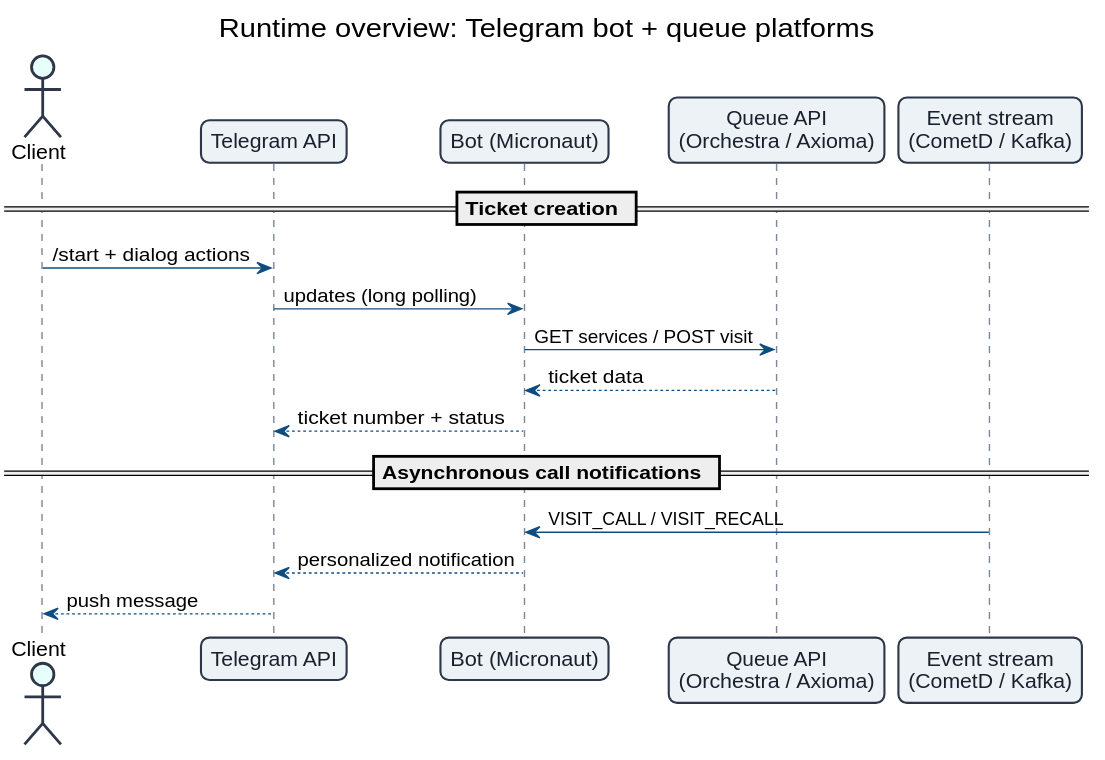
Above: docs/diagrams/runtime-overview.svg in psokolov25/chatBotJava (PlantUML), before the change.
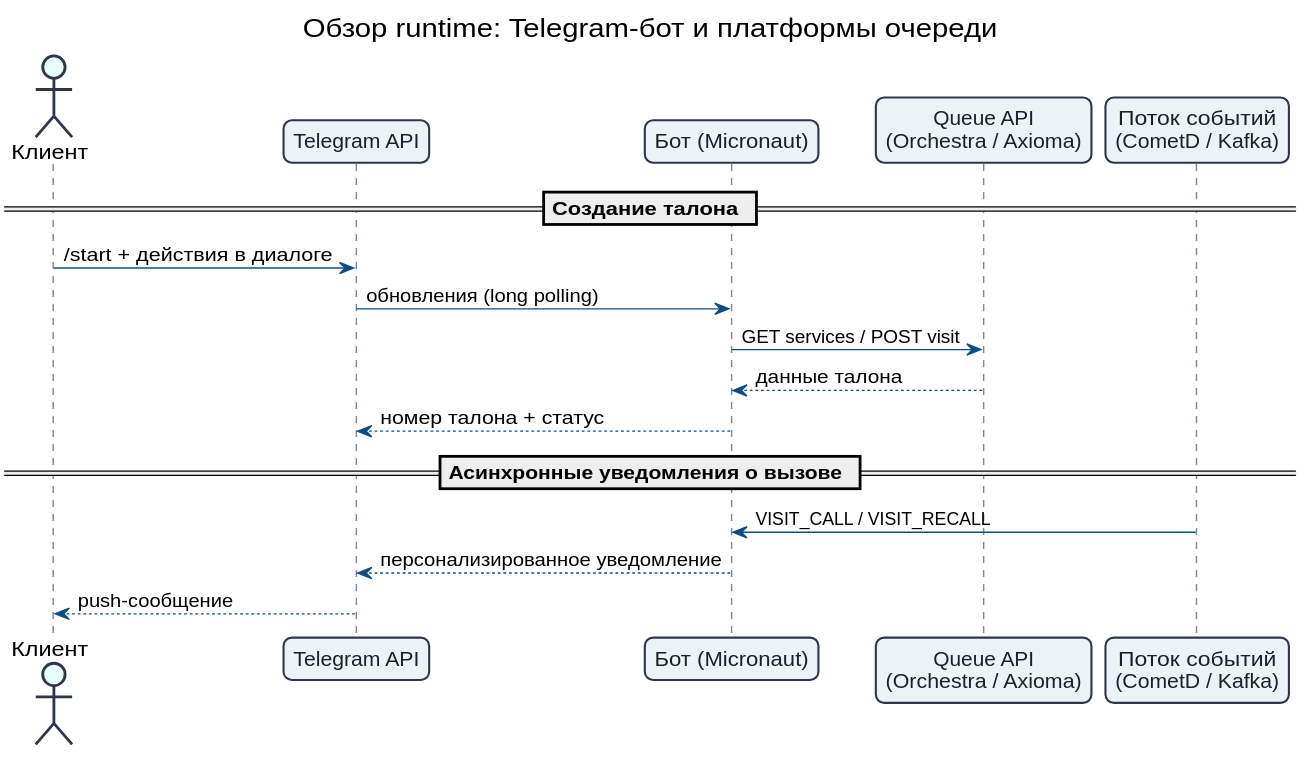
The same file after the commit.

What changed in the source:
```diff
@@ -1,5 +1,5 @@
 @startuml
-title Runtime overview: Telegram bot + queue platforms
+title Обзор runtime: Telegram-бот и платформы очереди
 skinparam backgroundColor #FFFFFF
 skinparam shadowing false
 skinparam roundcorner 12
@@ -14,21 +14,21 @@
   ActorBackgroundColor #E6FFFA
 }
 
-actor "Client" as User
+actor "Клиент" as User
 participant "Telegram API" as Telegram
-participant "Bot (Micronaut)" as Bot
+participant "Бот (Micronaut)" as Bot
 participant "Queue API\n(Orchestra / Axioma)" as Queue
-participant "Event stream\n(CometD / Kafka)" as Events
+participant "Поток событий\n(CometD / Kafka)" as Events
 
-== Ticket creation ==
-User -> Telegram: /start + dialog actions
-Telegram -> Bot: updates (long polling)
+== Создание талона ==
+User -> Telegram: /start + действия в диалоге
+Telegram -> Bot: обновления (long polling)
 Bot -> Queue: GET services / POST visit
-Queue --> Bot: ticket data
-Bot --> Telegram: ticket number + status
+Queue --> Bot: данные талона
+Bot --> Telegram: номер талона + статус
 
-== Asynchronous call notifications ==
+== Асинхронные уведомления о вызове ==
 Events -> Bot: VISIT_CALL / VISIT_RECALL
-Bot --> Telegram: personalized notification
-Telegram --> User: push message
+Bot --> Telegram: персонализированное уведомление
+Telegram --> User: push-сообщение
 @enduml
```
